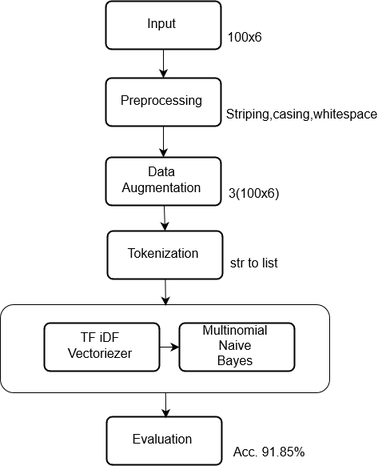
The draw.io diagram templates/flowchart.png in ukantjadia/Bloom-s-Level-Detection-A-MLOPS-Project, before a commit. Source tidied: cells renumbered, new cells last; positions are measured from the earlier drawing's top-left corner, leaving out a move shared by most shapes. The source it was exported from:
```xml
<mxGraphModel>
  <root>
    <mxCell id="0" />
    <mxCell id="1" parent="0" />
    <mxCell id="2" style="rounded=1;whiteSpace=wrap;html=1;fontSize=16;" parent="1" vertex="1">
      <mxGeometry y="379" width="412" height="110" as="geometry" />
    </mxCell>
    <mxCell id="3" style="edgeStyle=none;curved=1;rounded=0;jettySize=auto;html=1;exitX=0.5;exitY=1;exitDx=0;exitDy=0;entryX=0.5;entryY=0;entryDx=0;entryDy=0;fontSize=12;startSize=8;endSize=8;" parent="1" edge="1" source="4" target="7">
      <mxGeometry relative="1" as="geometry" />
    </mxCell>
    <mxCell id="4" style="rounded=1;whiteSpace=wrap;html=1;absoluteArcSize=1;arcSize=14;strokeWidth=2;fontSize=16;" parent="1" vertex="1">
      <mxGeometry x="132" width="144" height="60" as="geometry" />
    </mxCell>
    <mxCell id="5" value="Input" style="text;strokeColor=none;fillColor=none;html=1;align=center;verticalAlign=middle;whiteSpace=wrap;rounded=0;fontSize=16;" parent="1" vertex="1">
      <mxGeometry x="172" y="13" width="60" height="30" as="geometry" />
    </mxCell>
    <mxCell id="6" style="edgeStyle=none;curved=1;rounded=0;jettySize=auto;html=1;exitX=0.5;exitY=1;exitDx=0;exitDy=0;entryX=0.5;entryY=0;entryDx=0;entryDy=0;fontSize=12;startSize=8;endSize=8;" parent="1" edge="1" source="7" target="10">
      <mxGeometry relative="1" as="geometry" />
    </mxCell>
    <mxCell id="7" style="rounded=1;whiteSpace=wrap;html=1;absoluteArcSize=1;arcSize=14;strokeWidth=2;fontSize=16;" parent="1" vertex="1">
      <mxGeometry x="132" y="96" width="144" height="60" as="geometry" />
    </mxCell>
    <mxCell id="8" value="Preprocessing" style="text;strokeColor=none;fillColor=none;html=1;align=center;verticalAlign=middle;whiteSpace=wrap;rounded=0;fontSize=16;" parent="1" vertex="1">
      <mxGeometry x="172" y="109" width="60" height="30" as="geometry" />
    </mxCell>
    <mxCell id="9" style="edgeStyle=none;curved=1;rounded=0;jettySize=auto;html=1;entryX=0.5;entryY=0;entryDx=0;entryDy=0;fontSize=12;startSize=8;endSize=8;" parent="1" edge="1" source="10" target="12">
      <mxGeometry relative="1" as="geometry" />
    </mxCell>
    <mxCell id="10" style="rounded=1;whiteSpace=wrap;html=1;absoluteArcSize=1;arcSize=14;strokeWidth=2;fontSize=16;" parent="1" vertex="1">
      <mxGeometry x="132" y="195" width="144" height="60" as="geometry" />
    </mxCell>
    <mxCell id="11" value="Data Augmentation" style="text;strokeColor=none;fillColor=none;html=1;align=center;verticalAlign=middle;whiteSpace=wrap;rounded=0;fontSize=16;" parent="1" vertex="1">
      <mxGeometry x="172" y="208" width="60" height="30" as="geometry" />
    </mxCell>
    <mxCell id="12" style="rounded=1;whiteSpace=wrap;html=1;absoluteArcSize=1;arcSize=14;strokeWidth=2;fontSize=16;" parent="1" vertex="1">
      <mxGeometry x="134" y="287" width="144" height="60" as="geometry" />
    </mxCell>
    <mxCell id="13" value="Tokenization" style="text;strokeColor=none;fillColor=none;html=1;align=center;verticalAlign=middle;whiteSpace=wrap;rounded=0;fontSize=16;" parent="1" vertex="1">
      <mxGeometry x="174" y="300" width="60" height="30" as="geometry" />
    </mxCell>
    <mxCell id="14" style="edgeStyle=none;curved=1;rounded=0;jettySize=auto;html=1;exitX=1;exitY=0.5;exitDx=0;exitDy=0;entryX=0;entryY=0.5;entryDx=0;entryDy=0;fontSize=12;startSize=8;endSize=8;" parent="1" edge="1" source="15" target="17">
      <mxGeometry relative="1" as="geometry" />
    </mxCell>
    <mxCell id="15" style="rounded=1;whiteSpace=wrap;html=1;absoluteArcSize=1;arcSize=14;strokeWidth=2;fontSize=16;" parent="1" vertex="1">
      <mxGeometry x="55" y="402" width="144" height="60" as="geometry" />
    </mxCell>
    <mxCell id="16" value="TF iDF Vectoriezer" style="text;strokeColor=none;fillColor=none;html=1;align=center;verticalAlign=middle;whiteSpace=wrap;rounded=0;fontSize=16;" parent="1" vertex="1">
      <mxGeometry x="95" y="415" width="60" height="30" as="geometry" />
    </mxCell>
    <mxCell id="17" style="rounded=1;whiteSpace=wrap;html=1;absoluteArcSize=1;arcSize=14;strokeWidth=2;fontSize=16;" parent="1" vertex="1">
      <mxGeometry x="224" y="402" width="144" height="60" as="geometry" />
    </mxCell>
    <mxCell id="18" value="&lt;div&gt;Multinomial &lt;br&gt;&lt;/div&gt;&lt;div&gt;Naive Bayes&lt;br&gt;&lt;/div&gt;" style="text;strokeColor=none;fillColor=none;html=1;align=center;verticalAlign=middle;whiteSpace=wrap;rounded=0;fontSize=16;" parent="1" vertex="1">
      <mxGeometry x="264" y="415" width="60" height="30" as="geometry" />
    </mxCell>
    <mxCell id="19" style="rounded=1;whiteSpace=wrap;html=1;absoluteArcSize=1;arcSize=14;strokeWidth=2;fontSize=16;" parent="1" vertex="1">
      <mxGeometry x="133" y="519" width="144" height="60" as="geometry" />
    </mxCell>
    <mxCell id="20" value="Evaluation" style="text;strokeColor=none;fillColor=none;html=1;align=center;verticalAlign=middle;whiteSpace=wrap;rounded=0;fontSize=16;" parent="1" vertex="1">
      <mxGeometry x="173" y="532" width="60" height="30" as="geometry" />
    </mxCell>
    <mxCell id="21" style="edgeStyle=none;curved=1;rounded=0;jettySize=auto;html=1;entryX=0.502;entryY=0.012;entryDx=0;entryDy=0;entryPerimeter=0;fontSize=12;startSize=8;endSize=8;" parent="1" edge="1" source="12" target="2">
      <mxGeometry relative="1" as="geometry" />
    </mxCell>
    <mxCell id="22" style="edgeStyle=none;curved=1;rounded=0;jettySize=auto;html=1;entryX=0.515;entryY=0.026;entryDx=0;entryDy=0;entryPerimeter=0;fontSize=12;startSize=8;endSize=8;" parent="1" edge="1" source="2" target="19">
      <mxGeometry relative="1" as="geometry" />
    </mxCell>
    <mxCell id="23" value="100x6" style="text;strokeColor=none;fillColor=none;html=1;align=center;verticalAlign=middle;whiteSpace=wrap;rounded=0;fontSize=16;" parent="1" vertex="1">
      <mxGeometry x="276" y="30" width="60" height="30" as="geometry" />
    </mxCell>
    <mxCell id="24" value="Striping,casing,whitespace" style="text;strokeColor=none;fillColor=none;html=1;align=center;verticalAlign=middle;whiteSpace=wrap;rounded=0;fontSize=16;" parent="1" vertex="1">
      <mxGeometry x="284" y="126" width="187" height="30" as="geometry" />
    </mxCell>
    <mxCell id="25" value="&lt;div align=&quot;left&quot;&gt;3(100x6)&lt;/div&gt;" style="text;strokeColor=none;fillColor=none;html=1;align=left;verticalAlign=middle;whiteSpace=wrap;rounded=0;fontSize=16;" parent="1" vertex="1">
      <mxGeometry x="284" y="225" width="187" height="30" as="geometry" />
    </mxCell>
    <mxCell id="26" style="edgeStyle=none;curved=1;rounded=0;orthogonalLoop=1;jettySize=auto;html=1;exitX=0.5;exitY=1;exitDx=0;exitDy=0;fontSize=12;startSize=8;endSize=8;" parent="1" edge="1" source="25" target="25">
      <mxGeometry relative="1" as="geometry" />
    </mxCell>
    <mxCell id="27" value="&lt;div align=&quot;left&quot;&gt;str to list&lt;br&gt;&lt;/div&gt;" style="text;strokeColor=none;fillColor=none;html=1;align=left;verticalAlign=middle;whiteSpace=wrap;rounded=0;fontSize=16;" parent="1" vertex="1">
      <mxGeometry x="286" y="312" width="187" height="30" as="geometry" />
    </mxCell>
    <mxCell id="28" value="Acc. 91.85%" style="text;strokeColor=none;fillColor=none;html=1;align=left;verticalAlign=middle;whiteSpace=wrap;rounded=0;fontSize=16;" parent="1" vertex="1">
      <mxGeometry x="290" y="548" width="187" height="30" as="geometry" />
    </mxCell>
  </root>
</mxGraphModel>
```
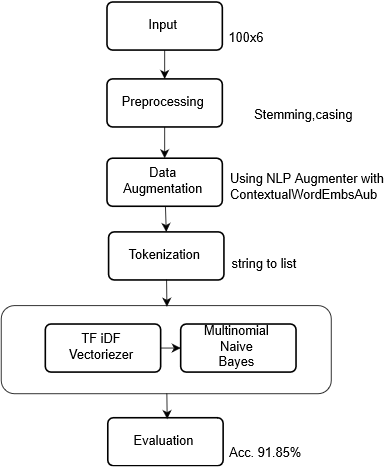
The same diagram one commit later.

What changed in the source:
```diff
@@ -68,20 +68,20 @@
     <mxCell id="23" value="100x6" style="text;strokeColor=none;fillColor=none;html=1;align=center;verticalAlign=middle;whiteSpace=wrap;rounded=0;fontSize=16;" parent="1" vertex="1">
       <mxGeometry x="276" y="30" width="60" height="30" as="geometry" />
     </mxCell>
-    <mxCell id="24" value="Striping,casing,whitespace" style="text;strokeColor=none;fillColor=none;html=1;align=center;verticalAlign=middle;whiteSpace=wrap;rounded=0;fontSize=16;" parent="1" vertex="1">
+    <mxCell id="24" value="Stemming,casing" style="text;strokeColor=none;fillColor=none;html=1;align=center;verticalAlign=middle;whiteSpace=wrap;rounded=0;fontSize=16;" parent="1" vertex="1">
       <mxGeometry x="284" y="126" width="187" height="30" as="geometry" />
     </mxCell>
-    <mxCell id="25" value="&lt;div align=&quot;left&quot;&gt;3(100x6)&lt;/div&gt;" style="text;strokeColor=none;fillColor=none;html=1;align=left;verticalAlign=middle;whiteSpace=wrap;rounded=0;fontSize=16;" parent="1" vertex="1">
-      <mxGeometry x="284" y="225" width="187" height="30" as="geometry" />
+    <mxCell id="25" value="&lt;div align=&quot;left&quot;&gt;Using NLP Augmenter with ContextualWordEmbsAub&lt;br&gt;&lt;br&gt;&lt;/div&gt;" style="text;strokeColor=none;fillColor=none;html=1;align=left;verticalAlign=middle;whiteSpace=wrap;rounded=0;fontSize=16;" parent="1" vertex="1">
+      <mxGeometry x="284" y="225" width="201" height="30" as="geometry" />
     </mxCell>
     <mxCell id="26" style="edgeStyle=none;curved=1;rounded=0;orthogonalLoop=1;jettySize=auto;html=1;exitX=0.5;exitY=1;exitDx=0;exitDy=0;fontSize=12;startSize=8;endSize=8;" parent="1" edge="1" source="25" target="25">
       <mxGeometry relative="1" as="geometry" />
     </mxCell>
-    <mxCell id="27" value="&lt;div align=&quot;left&quot;&gt;str to list&lt;br&gt;&lt;/div&gt;" style="text;strokeColor=none;fillColor=none;html=1;align=left;verticalAlign=middle;whiteSpace=wrap;rounded=0;fontSize=16;" parent="1" vertex="1">
+    <mxCell id="27" value="&lt;div align=&quot;left&quot;&gt;string to list&lt;br&gt;&lt;/div&gt;" style="text;strokeColor=none;fillColor=none;html=1;align=left;verticalAlign=middle;whiteSpace=wrap;rounded=0;fontSize=16;" parent="1" vertex="1">
       <mxGeometry x="286" y="312" width="187" height="30" as="geometry" />
     </mxCell>
     <mxCell id="28" value="Acc. 91.85%" style="text;strokeColor=none;fillColor=none;html=1;align=left;verticalAlign=middle;whiteSpace=wrap;rounded=0;fontSize=16;" parent="1" vertex="1">
-      <mxGeometry x="290" y="548" width="187" height="30" as="geometry" />
+      <mxGeometry x="283" y="548" width="187" height="30" as="geometry" />
     </mxCell>
   </root>
 </mxGraphModel>
```
